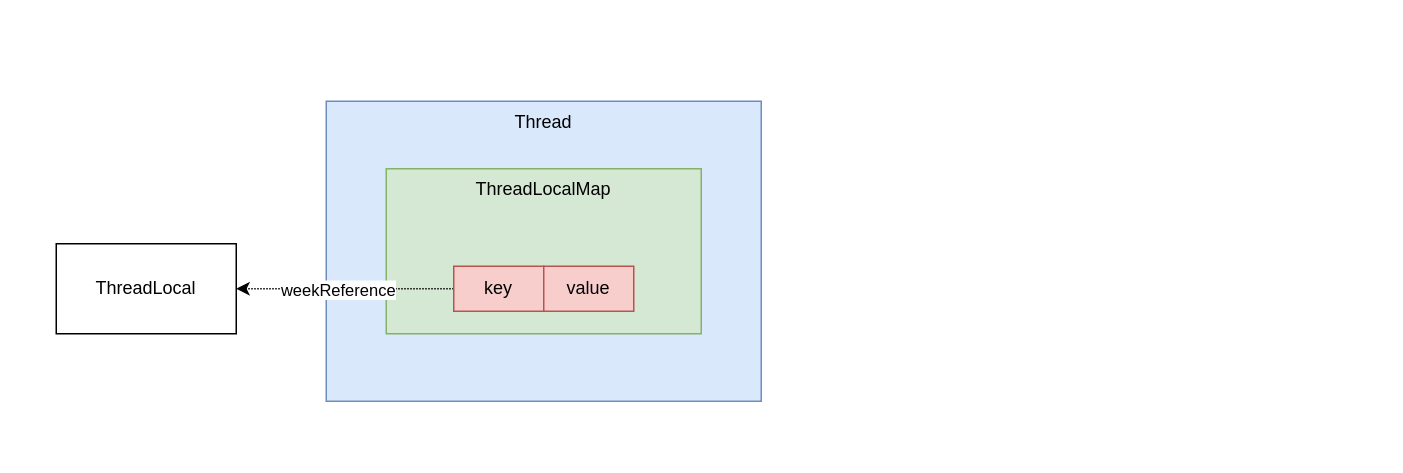
This is page "FastThreadLocal" (3 of 3) of Untitled Diagram.drawio from LinDanDana/LearnALittle, a draw.io file, before an edit. Source tidied: cells renumbered, new cells numbered last; positions are measured from the earlier drawing's top-left corner, leaving out a move shared by most shapes. Both pictures are drawn from the tidied source at 150%, with x=0, y=0 at pixel (56, 100).
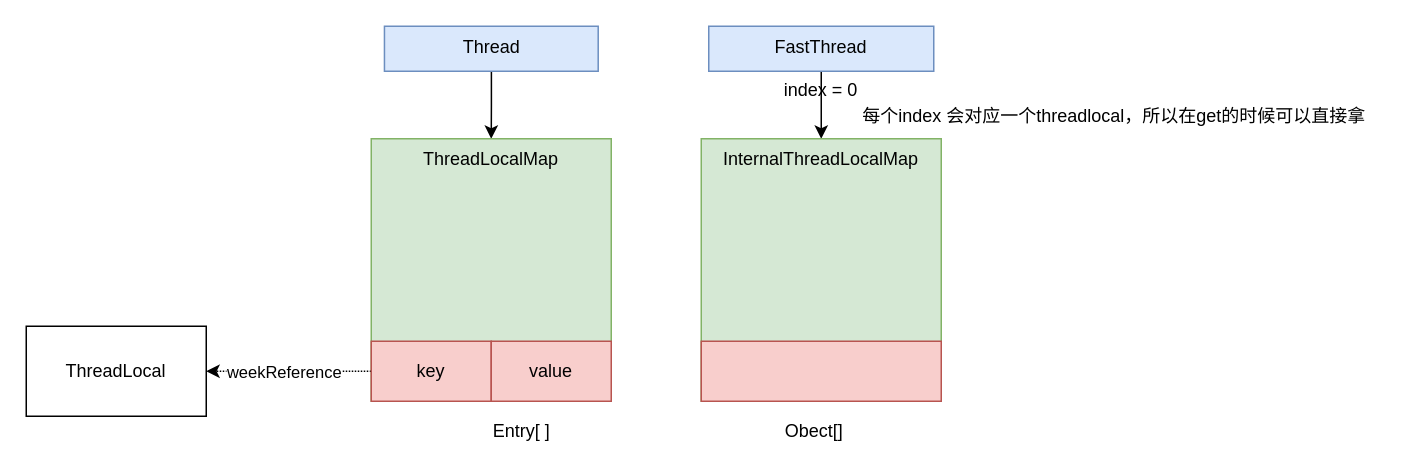
After the change.

Change to the diagram source:
```diff
@@
 <mxGraphModel>
   <root>
     <mxCell id="0" />
     <mxCell id="1" parent="0" />
+    <mxCell id="9" style="edgeStyle=orthogonalEdgeStyle;rounded=0;jettySize=auto;html=1;entryX=0.5;entryY=0;entryDx=0;entryDy=0;" parent="1" edge="1" source="2" target="3">
+      <mxGeometry relative="1" as="geometry" />
+    </mxCell>
     <mxCell id="2" value="Thread" style="rounded=0;whiteSpace=wrap;html=1;fillColor=#dae8fc;strokeColor=#6c8ebf;verticalAlign=top;" parent="1" vertex="1">
-      <mxGeometry x="180" width="290" height="200" as="geometry" />
+      <mxGeometry x="218.8" y="-50" width="142.5" height="30" as="geometry" />
     </mxCell>
     <mxCell id="3" value="&lt;span style=&quot;font-family: &amp;#34;helvetica&amp;#34;&quot;&gt;ThreadLocalMap&lt;/span&gt;" style="rounded=0;whiteSpace=wrap;html=1;fillColor=#d5e8d4;strokeColor=#82b366;verticalAlign=top;" parent="1" vertex="1">
-      <mxGeometry x="220" y="45" width="210" height="110" as="geometry" />
+      <mxGeometry x="210" y="25" width="160" height="175" as="geometry" />
     </mxCell>
     <mxCell id="4" style="edgeStyle=orthogonalEdgeStyle;rounded=0;jettySize=auto;html=1;dashed=1;dashPattern=1 1;" parent="1" edge="1" source="6" target="8">
       <mxGeometry relative="1" as="geometry" />
     </mxCell>
     <mxCell id="5" value="weekReference" style="edgeLabel;html=1;align=center;verticalAlign=middle;" parent="4" vertex="1">
       <mxGeometry x="0.08" relative="1" as="geometry" />
     </mxCell>
+    <mxCell id="8" value="ThreadLocal" style="rounded=0;whiteSpace=wrap;html=1;" parent="1" vertex="1">
+      <mxGeometry x="-20" y="150" width="120" height="60" as="geometry" />
+    </mxCell>
     <mxCell id="6" value="key" style="rounded=0;whiteSpace=wrap;html=1;fillColor=#f8cecc;strokeColor=#b85450;" parent="1" vertex="1">
-      <mxGeometry x="265" y="110" width="60" height="30" as="geometry" />
+      <mxGeometry x="210" y="160" width="80" height="40" as="geometry" />
     </mxCell>
+    <mxCell id="10" value="Entry[ ]" style="text;html=1;align=center;verticalAlign=middle;strokeColor=none;fillColor=none;" parent="1" vertex="1">
+      <mxGeometry x="285" y="210" width="50" height="20" as="geometry" />
+    </mxCell>
     <mxCell id="7" value="value" style="rounded=0;whiteSpace=wrap;html=1;fillColor=#f8cecc;strokeColor=#b85450;" parent="1" vertex="1">
-      <mxGeometry x="325" y="110" width="60" height="30" as="geometry" />
+      <mxGeometry x="290" y="160" width="80" height="40" as="geometry" />
     </mxCell>
-    <mxCell id="8" value="ThreadLocal" style="rounded=0;whiteSpace=wrap;html=1;" parent="1" vertex="1">
-      <mxGeometry y="95" width="120" height="60" as="geometry" />
-    </mxCell>
+    <mxCell id="11" style="edgeStyle=orthogonalEdgeStyle;rounded=0;jettySize=auto;html=1;entryX=0.5;entryY=0;entryDx=0;entryDy=0;" parent="1" edge="1" source="12" target="13">
+      <mxGeometry relative="1" as="geometry" />
+    </mxCell>
+    <mxCell id="12" value="FastThread&lt;br&gt;&lt;br&gt;index = 0" style="rounded=0;whiteSpace=wrap;html=1;fillColor=#dae8fc;strokeColor=#6c8ebf;verticalAlign=top;" parent="1" vertex="1">
+      <mxGeometry x="435" y="-50" width="150" height="30" as="geometry" />
+    </mxCell>
+    <mxCell id="13" value="&lt;span style=&quot;font-family: &amp;#34;helvetica&amp;#34;&quot;&gt;InternalThreadLocalMap&lt;/span&gt;" style="rounded=0;whiteSpace=wrap;html=1;fillColor=#d5e8d4;strokeColor=#82b366;verticalAlign=top;" parent="1" vertex="1">
+      <mxGeometry x="430" y="25" width="160" height="175" as="geometry" />
+    </mxCell>
+    <mxCell id="14" value="Obect[]" style="text;html=1;align=center;verticalAlign=middle;strokeColor=none;fillColor=none;" parent="1" vertex="1">
+      <mxGeometry x="480" y="210" width="50" height="20" as="geometry" />
+    </mxCell>
+    <mxCell id="15" style="rounded=0;whiteSpace=wrap;html=1;fillColor=#f8cecc;strokeColor=#b85450;" parent="1" vertex="1">
+      <mxGeometry x="430" y="160" width="160" height="40" as="geometry" />
+    </mxCell>
+    <mxCell id="16" value="每个index 会对应一个threadlocal，所以在get的时候可以直接拿" style="text;html=1;align=center;verticalAlign=middle;strokeColor=none;fillColor=none;" parent="1" vertex="1">
+      <mxGeometry x="530" width="350" height="20" as="geometry" />
+    </mxCell>
   </root>
 </mxGraphModel>
```
